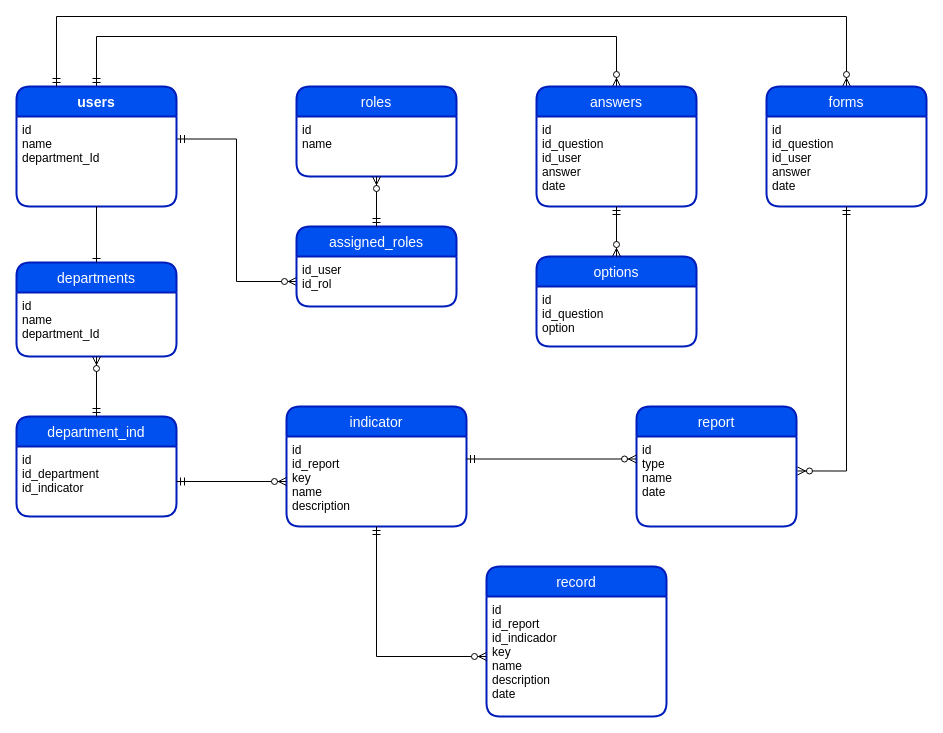
The draw.io diagram Indicators.drawio in cristinacrs/diagrams, before the edit. Source tidied: cells renumbered, new cells numbered last; positions are measured from the earlier drawing's top-left corner, leaving out a move shared by most shapes. Both pictures are drawn from the tidied source at 100%, with x=0, y=0 at pixel (16, 16).
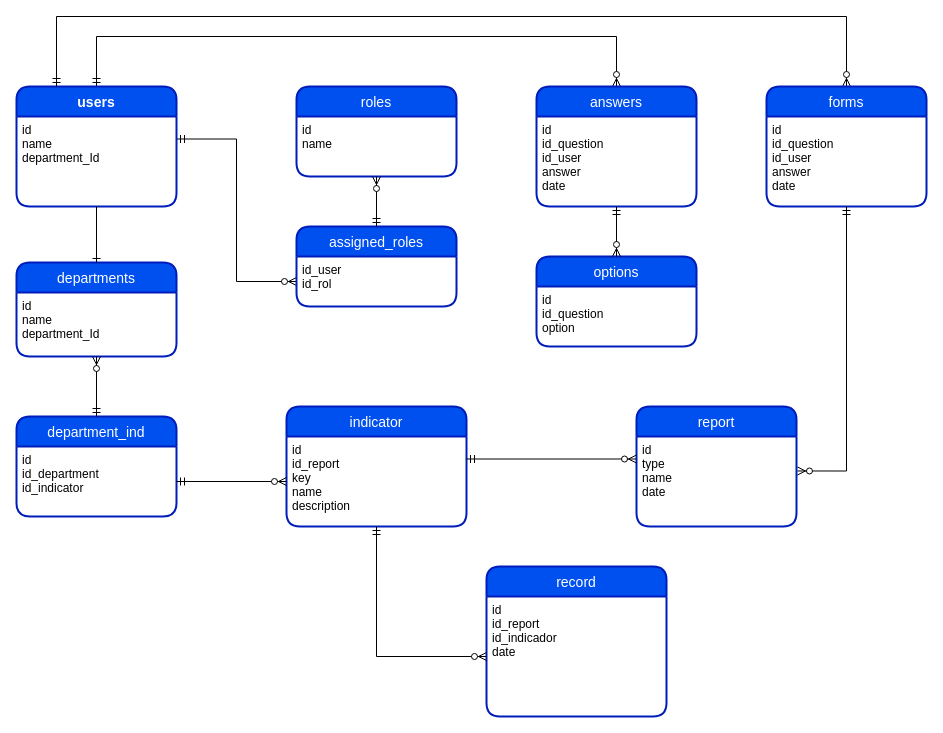
After the change.

The change refers to these unchanged cells:
```xml
<mxCell id="32" value="record" style="swimlane;horizontal=1;startSize=30;rounded=1;fontSize=14;fontStyle=0;strokeWidth=2;shadow=0;dashed=0;align=center;fillColor=#0050ef;fontColor=#ffffff;strokeColor=#001DBC;" parent="1" vertex="1">
  <mxGeometry x="470" y="550" width="180" height="150" as="geometry" />
</mxCell>
```

Diff of the diagram source:
```diff
@@
-    <mxCell id="33" value="id&#10;id_report&#10;id_indicador&#10;key&#10;name&#10;description&#10;date" style="align=left;strokeColor=none;fillColor=none;spacingLeft=4;fontSize=12;verticalAlign=top;" parent="32" vertex="1">
+    <mxCell id="33" value="id&#10;id_report&#10;id_indicador&#10;date" style="align=left;strokeColor=none;fillColor=none;spacingLeft=4;fontSize=12;verticalAlign=top;" parent="32" vertex="1">
       <mxGeometry y="30" width="180" height="120" as="geometry" />
     </mxCell>
```
